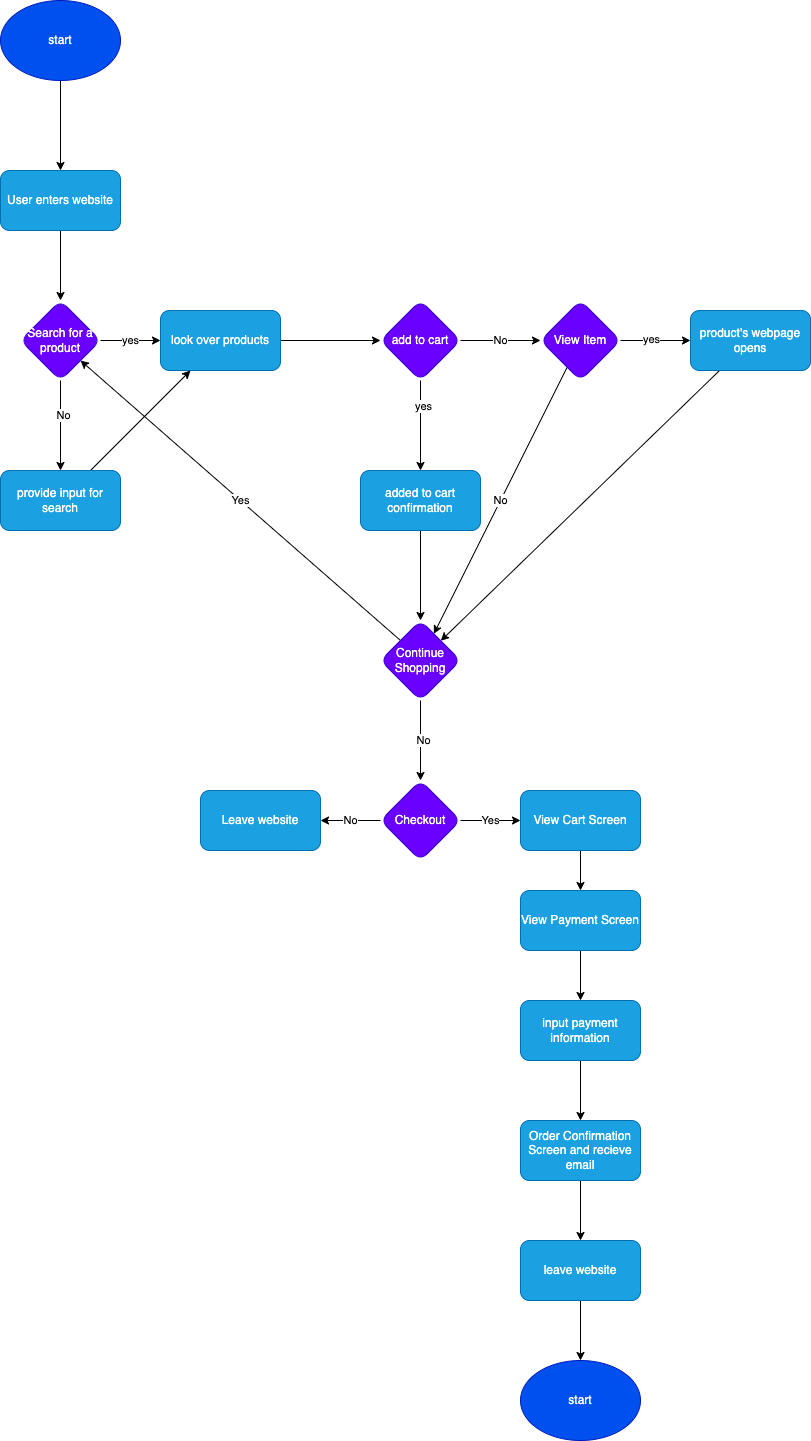
This is explore/diagramming/diagram.drawio.png from AlbertXDing/fa22-cse110-lab4, a draw.io export, as it was before one commit. Source tidied: cells renumbered, new cells last; positions are measured from the earlier drawing's top-left corner, leaving out a move shared by most shapes.
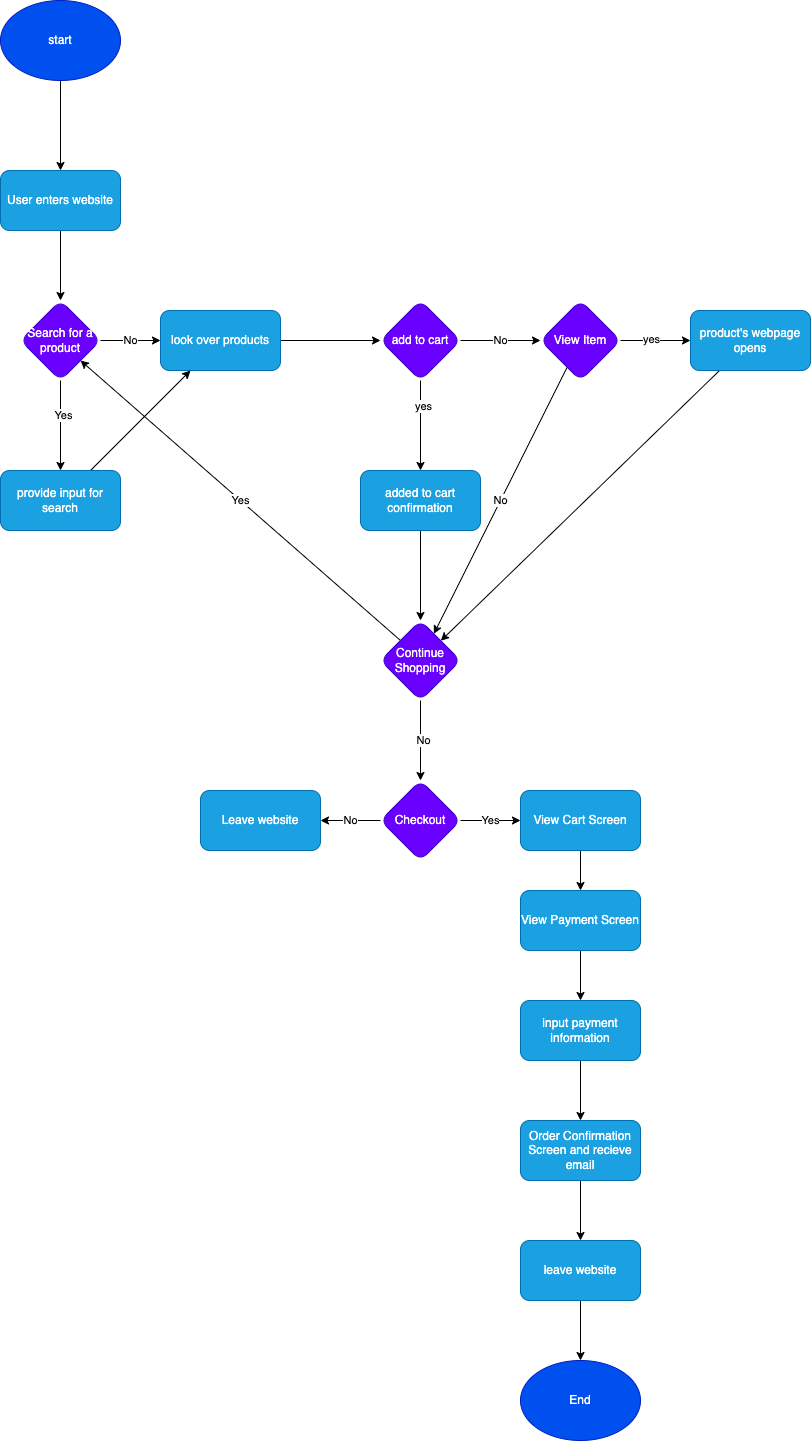
After the commit.

What changed in the source:
```diff
@@ -14,13 +14,13 @@
     <mxCell id="5" value="User enters website" style="rounded=1;whiteSpace=wrap;html=1;fillColor=#1ba1e2;strokeColor=#006EAF;fontColor=#ffffff;" parent="1" vertex="1">
       <mxGeometry y="170" width="120" height="60" as="geometry" />
     </mxCell>
-    <mxCell id="6" value="yes" style="edgeStyle=none;html=1;" parent="1" edge="1" source="9" target="11">
+    <mxCell id="6" value="No" style="edgeStyle=none;html=1;" parent="1" edge="1" source="9" target="11">
       <mxGeometry relative="1" as="geometry" />
     </mxCell>
     <mxCell id="7" style="edgeStyle=none;html=1;" parent="1" edge="1" source="9" target="13">
       <mxGeometry relative="1" as="geometry" />
     </mxCell>
-    <mxCell id="8" value="No" style="edgeLabel;html=1;align=center;verticalAlign=middle;" parent="7" vertex="1">
+    <mxCell id="8" value="Yes" style="edgeLabel;html=1;align=center;verticalAlign=middle;" parent="7" vertex="1">
       <mxGeometry x="-0.25" y="2" relative="1" as="geometry" />
     </mxCell>
     <mxCell id="9" value="Search for a product" style="rhombus;whiteSpace=wrap;html=1;fillColor=#6a00ff;strokeColor=#3700CC;fontColor=#ffffff;rounded=1;" parent="1" vertex="1">
@@ -128,7 +128,7 @@
     <mxCell id="43" value="leave website" style="whiteSpace=wrap;html=1;fillColor=#1ba1e2;strokeColor=#006EAF;fontColor=#ffffff;rounded=1;" parent="1" vertex="1">
       <mxGeometry x="520" y="1240" width="120" height="60" as="geometry" />
     </mxCell>
-    <mxCell id="44" value="start" style="ellipse;whiteSpace=wrap;html=1;fillColor=#0050ef;fontColor=#ffffff;strokeColor=#001DBC;" parent="1" vertex="1">
+    <mxCell id="44" value="End" style="ellipse;whiteSpace=wrap;html=1;fillColor=#0050ef;fontColor=#ffffff;strokeColor=#001DBC;" parent="1" vertex="1">
       <mxGeometry x="520" y="1360" width="120" height="80" as="geometry" />
     </mxCell>
   </root>
```
